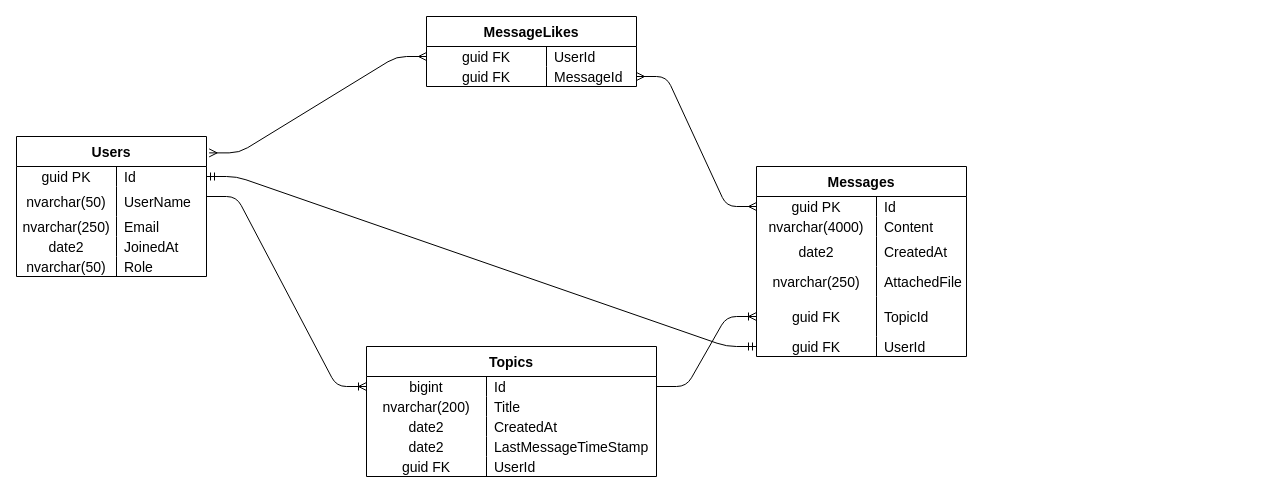
This is Docs/database.drawio from Markz878/DiscussionForum, a draw.io file, before an edit. Source tidied: cells renumbered, new cells numbered last; positions are measured from the earlier drawing's top-left corner, leaving out a move shared by most shapes. Both pictures are drawn from the tidied source at 100%, with x=0, y=0 at pixel (16, 16).
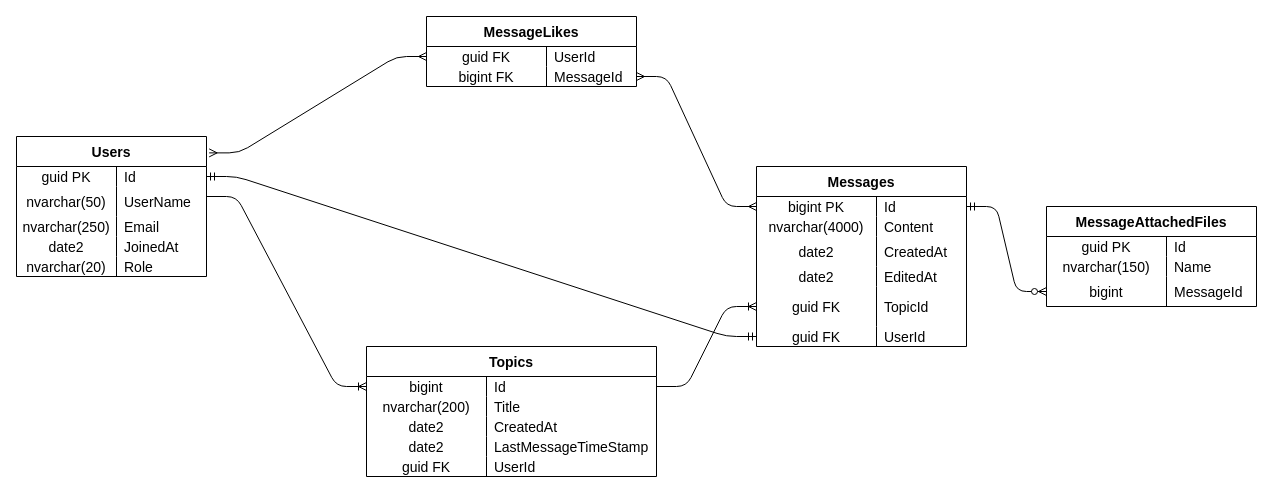
Above is the later version.

The change refers to these unchanged cells:
```xml
<mxCell id="31" style="shape=tableRow;horizontal=0;startSize=0;swimlaneHead=0;swimlaneBody=0;fillColor=none;top=0;left=0;right=0;bottom=0;fontSize=14;" parent="18" vertex="1">
  <mxGeometry y="120" width="190" height="20" as="geometry" />
</mxCell>
<mxCell id="36" style="shape=tableRow;horizontal=0;startSize=0;swimlaneHead=0;swimlaneBody=0;fillColor=none;points=[[0,0.5],[1,0.5]];portConstraint=eastwest;top=0;left=0;right=0;bottom=0;fontSize=14;" parent="35" vertex="1">
  <mxGeometry y="30" width="210" height="20" as="geometry" />
</mxCell>
<mxCell id="60" style="shape=tableRow;horizontal=0;startSize=0;swimlaneHead=0;swimlaneBody=0;fillColor=none;points=[[0,0.5],[1,0.5]];portConstraint=eastwest;top=0;left=0;right=0;bottom=0;fontSize=14;" parent="56" vertex="1">
  <mxGeometry y="50" width="210" height="20" as="geometry" />
</mxCell>
```

Diff of the diagram source:
```diff
@@
-    <mxCell id="32" value="nvarchar(50)" style="shape=partialRectangle;fillColor=none;top=0;left=0;bottom=0;right=0;overflow=hidden;fontSize=14;" parent="31" vertex="1">
+    <mxCell id="32" value="nvarchar(20)" style="shape=partialRectangle;fillColor=none;top=0;left=0;bottom=0;right=0;overflow=hidden;fontSize=14;" parent="31" vertex="1">
       <mxGeometry width="100" height="20" as="geometry" />
     </mxCell>
@@
     <mxCell id="35" value="Messages" style="shape=table;startSize=30;childLayout=tableLayout;rowLines=0;fontStyle=1;align=center;fontSize=14;" parent="1" vertex="1">
-      <mxGeometry x="740" y="150" width="210" height="190" as="geometry" />
+      <mxGeometry x="740" y="150" width="210" height="180" as="geometry" />
     </mxCell>
@@
-    <mxCell id="37" value="guid PK" style="shape=partialRectangle;fillColor=none;top=0;left=0;bottom=0;right=0;overflow=hidden;fontSize=14;" parent="36" vertex="1">
+    <mxCell id="37" value="bigint PK" style="shape=partialRectangle;fillColor=none;top=0;left=0;bottom=0;right=0;overflow=hidden;fontSize=14;" parent="36" vertex="1">
       <mxGeometry width="120" height="20" as="geometry" />
     </mxCell>
@@
     <mxCell id="45" style="shape=tableRow;horizontal=0;startSize=0;swimlaneHead=0;swimlaneBody=0;fillColor=none;top=0;left=0;right=0;bottom=0;fontSize=14;" parent="35" vertex="1">
-      <mxGeometry y="100" width="210" height="30" as="geometry" />
+      <mxGeometry y="100" width="210" height="20" as="geometry" />
     </mxCell>
-    <mxCell id="46" value="nvarchar(250)" style="shape=partialRectangle;fillColor=none;top=0;left=0;bottom=0;right=0;overflow=hidden;fontSize=14;" parent="45" vertex="1">
-      <mxGeometry width="120" height="30" as="geometry" />
+    <mxCell id="46" value="date2" style="shape=partialRectangle;fillColor=none;top=0;left=0;bottom=0;right=0;overflow=hidden;fontSize=14;" parent="45" vertex="1">
+      <mxGeometry width="120" height="20" as="geometry" />
     </mxCell>
-    <mxCell id="47" value="AttachedFile" style="shape=partialRectangle;fillColor=none;top=0;left=0;bottom=0;right=0;align=left;spacingLeft=6;overflow=hidden;fontSize=14;" parent="45" vertex="1">
-      <mxGeometry x="120" width="90" height="30" as="geometry" />
+    <mxCell id="47" value="EditedAt" style="shape=partialRectangle;fillColor=none;top=0;left=0;bottom=0;right=0;align=left;spacingLeft=6;overflow=hidden;fontSize=14;" parent="45" vertex="1">
+      <mxGeometry x="120" width="90" height="20" as="geometry" />
     </mxCell>
     <mxCell id="48" style="shape=tableRow;horizontal=0;startSize=0;swimlaneHead=0;swimlaneBody=0;fillColor=none;points=[[0,0.5],[1,0.5]];portConstraint=eastwest;top=0;left=0;right=0;bottom=0;fontSize=14;" parent="35" vertex="1">
-      <mxGeometry y="130" width="210" height="40" as="geometry" />
+      <mxGeometry y="120" width="210" height="40" as="geometry" />
     </mxCell>
@@
     <mxCell id="51" style="shape=tableRow;horizontal=0;startSize=0;swimlaneHead=0;swimlaneBody=0;fillColor=none;points=[[0,0.5],[1,0.5]];portConstraint=eastwest;top=0;left=0;right=0;bottom=0;fontSize=14;" parent="35" vertex="1">
-      <mxGeometry y="170" width="210" height="20" as="geometry" />
+      <mxGeometry y="160" width="210" height="20" as="geometry" />
     </mxCell>
@@
-    <mxCell id="61" value="guid FK" style="shape=partialRectangle;fillColor=none;top=0;left=0;bottom=0;right=0;overflow=hidden;fontSize=14;" parent="60" vertex="1">
+    <mxCell id="61" value="bigint FK" style="shape=partialRectangle;fillColor=none;top=0;left=0;bottom=0;right=0;overflow=hidden;fontSize=14;" parent="60" vertex="1">
       <mxGeometry width="120" height="20" as="geometry" />
     </mxCell>
@@
+    <mxCell id="65" value="MessageAttachedFiles" style="shape=table;startSize=30;childLayout=tableLayout;rowLines=0;fontStyle=1;align=center;fontSize=14;" parent="1" vertex="1">
+      <mxGeometry x="1030" y="190" width="210" height="100" as="geometry" />
+    </mxCell>
+    <mxCell id="66" style="shape=tableRow;horizontal=0;startSize=0;swimlaneHead=0;swimlaneBody=0;fillColor=none;top=0;left=0;right=0;bottom=0;fontSize=14;" parent="65" vertex="1">
+      <mxGeometry y="30" width="210" height="20" as="geometry" />
+    </mxCell>
+    <mxCell id="67" value="guid PK" style="shape=partialRectangle;fillColor=none;top=0;left=0;bottom=0;right=0;overflow=hidden;fontSize=14;" parent="66" vertex="1">
+      <mxGeometry width="120" height="20" as="geometry" />
+    </mxCell>
+    <mxCell id="68" value="Id" style="shape=partialRectangle;fillColor=none;top=0;left=0;bottom=0;right=0;align=left;spacingLeft=6;overflow=hidden;fontSize=14;" parent="66" vertex="1">
+      <mxGeometry x="120" width="90" height="20" as="geometry" />
+    </mxCell>
+    <mxCell id="69" style="shape=tableRow;horizontal=0;startSize=0;swimlaneHead=0;swimlaneBody=0;fillColor=none;top=0;left=0;right=0;bottom=0;fontSize=14;" parent="65" vertex="1">
+      <mxGeometry y="50" width="210" height="20" as="geometry" />
+    </mxCell>
+    <mxCell id="70" value="nvarchar(150)" style="shape=partialRectangle;fillColor=none;top=0;left=0;bottom=0;right=0;overflow=hidden;fontSize=14;" parent="69" vertex="1">
+      <mxGeometry width="120" height="20" as="geometry" />
+    </mxCell>
+    <mxCell id="71" value="Name" style="shape=partialRectangle;fillColor=none;top=0;left=0;bottom=0;right=0;align=left;spacingLeft=6;overflow=hidden;fontSize=14;" parent="69" vertex="1">
+      <mxGeometry x="120" width="90" height="20" as="geometry" />
+    </mxCell>
+    <mxCell id="72" style="shape=tableRow;horizontal=0;startSize=0;swimlaneHead=0;swimlaneBody=0;fillColor=none;points=[[0,0.5],[1,0.5]];portConstraint=eastwest;top=0;left=0;right=0;bottom=0;fontSize=14;" parent="65" vertex="1">
+      <mxGeometry y="70" width="210" height="30" as="geometry" />
+    </mxCell>
+    <mxCell id="73" value="bigint" style="shape=partialRectangle;fillColor=none;top=0;left=0;bottom=0;right=0;overflow=hidden;fontSize=14;" parent="72" vertex="1">
+      <mxGeometry width="120" height="30" as="geometry" />
+    </mxCell>
+    <mxCell id="74" value="MessageId" style="shape=partialRectangle;fillColor=none;top=0;left=0;bottom=0;right=0;align=left;spacingLeft=6;overflow=hidden;fontSize=14;" parent="72" vertex="1">
+      <mxGeometry x="120" width="90" height="30" as="geometry" />
+    </mxCell>
+    <mxCell id="75" style="edgeStyle=entityRelationEdgeStyle;fontSize=12;html=1;endArrow=ERzeroToMany;startArrow=ERmandOne;exitX=1;exitY=0.5;exitDx=0;exitDy=0;entryX=0;entryY=0.5;entryDx=0;entryDy=0;" parent="1" edge="1" source="36" target="72">
+      <mxGeometry relative="1" as="geometry" />
+    </mxCell>
```
